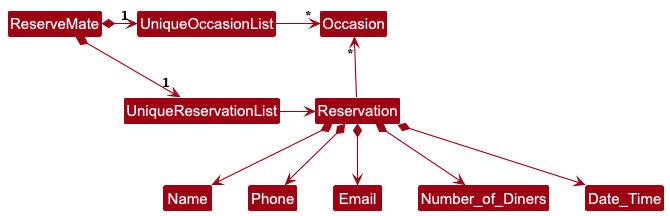
Above: docs/images/BetterModelClassDiagram.png in feliciahmq/tp (PlantUML), before the change. Its source is kept beside it as docs/diagrams/BetterModelClassDiagram.puml.
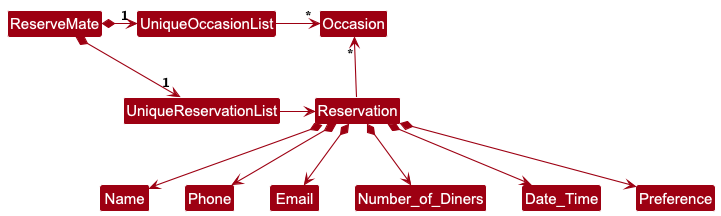
Later version of the same file.

The edit, as a diff of the source:
```diff
@@ -19,4 +19,5 @@
 Reservation *--> Email
 Reservation *--> Number_of_Diners
 Reservation *--> Date_Time
+Reservation *--> Preference
 @enduml
```
